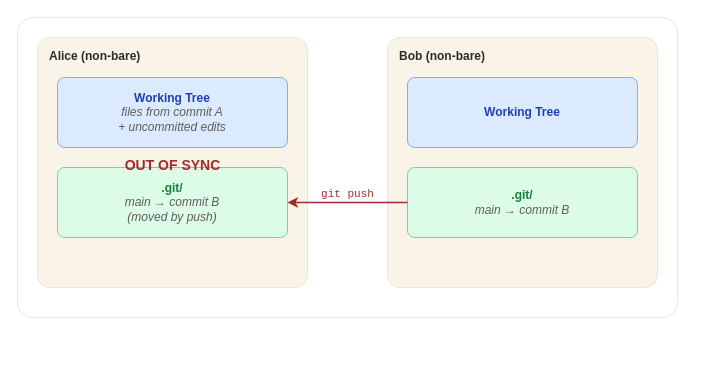
Before: assets/drawio/git-bare-before.drawio in braboj/tutorial-git, a draw.io diagram. Source tidied: cells renumbered, new cells numbered last; positions are measured from the earlier drawing's top-left corner, leaving out a move shared by most shapes. Both pictures are drawn from the tidied source at 100%, with x=0, y=0 at pixel (17, 17).
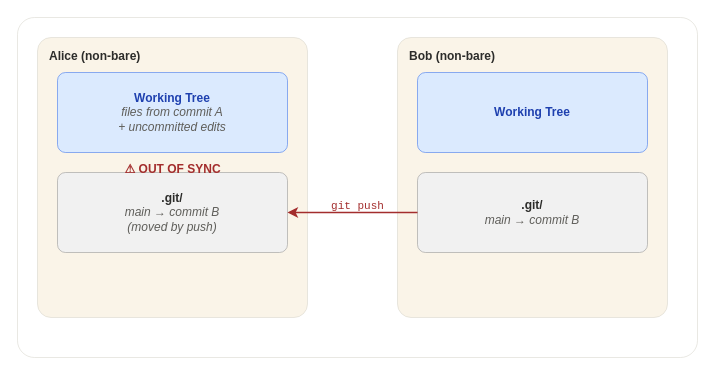
The same page after the edit.

Commit message (it also covers changes not shown here):
docs: rebuild before/after draw.io diagrams

Consistent gray for .git/ boxes across both diagrams. Before diagram
uses red arrow and desync label. After diagram uses neutral arrows
with push/pull labels and "(when ready)" for Alice's pull.

Diff of the diagram source:
```diff
@@
 <mxGraphModel>
   <root>
     <mxCell id="0" />
     <mxCell id="1" parent="0" />
     <mxCell id="2" style="rounded=1;whiteSpace=wrap;html=1;fillColor=#FFFFFF;strokeColor=#D3D1C7;strokeWidth=0.5;shadow=0;arcSize=5;" parent="1" vertex="1">
-      <mxGeometry width="660" height="300" as="geometry" />
+      <mxGeometry width="680" height="340" as="geometry" />
     </mxCell>
     <mxCell id="3" style="rounded=1;whiteSpace=wrap;html=1;fillColor=#FAF4E8;strokeColor=#D3D1C7;strokeWidth=0.5;shadow=0;arcSize=5;" parent="1" vertex="1">
-      <mxGeometry x="20" y="20" width="270" height="250" as="geometry" />
+      <mxGeometry x="20" y="20" width="270" height="280" as="geometry" />
     </mxCell>
     <mxCell id="4" value="Alice (non-bare)" style="text;html=1;strokeColor=none;fillColor=none;align=left;verticalAlign=top;fontSize=12;fontStyle=1;fontColor=#2C2C2A;fontFamily=Helvetica;" parent="1" vertex="1">
       <mxGeometry x="30" y="25" width="150" height="20" as="geometry" />
     </mxCell>
     <mxCell id="5" value="Working Tree&lt;br&gt;&lt;i style=&quot;font-weight:normal;color:#5F5E5A&quot;&gt;files from commit A&lt;br&gt;+ uncommitted edits&lt;/i&gt;" style="rounded=1;whiteSpace=wrap;html=1;fillColor=#DBEAFE;strokeColor=#2563EB;strokeWidth=0.5;shadow=0;fontSize=12;fontStyle=1;fontColor=#1E40AF;fontFamily=Helvetica;verticalAlign=middle;align=center;arcSize=10;" parent="1" vertex="1">
-      <mxGeometry x="40" y="60" width="230" height="70" as="geometry" />
+      <mxGeometry x="40" y="55" width="230" height="80" as="geometry" />
     </mxCell>
-    <mxCell id="6" value=".git/&lt;br&gt;&lt;i style=&quot;font-weight:normal;color:#5F5E5A&quot;&gt;main → commit B&lt;br&gt;(moved by push)&lt;/i&gt;" style="rounded=1;whiteSpace=wrap;html=1;fillColor=#DCFCE7;strokeColor=#16A34A;strokeWidth=0.5;shadow=0;fontSize=12;fontStyle=1;fontColor=#15803D;fontFamily=Helvetica;verticalAlign=middle;align=center;arcSize=10;" parent="1" vertex="1">
-      <mxGeometry x="40" y="150" width="230" height="70" as="geometry" />
+    <mxCell id="6" value=".git/&lt;br&gt;&lt;i style=&quot;font-weight:normal;color:#5F5E5A&quot;&gt;main → commit B&lt;br&gt;(moved by push)&lt;/i&gt;" style="rounded=1;whiteSpace=wrap;html=1;fillColor=#F1F1F1;strokeColor=#888888;strokeWidth=0.5;shadow=0;fontSize=12;fontStyle=1;fontColor=#2C2C2A;fontFamily=Helvetica;verticalAlign=middle;align=center;arcSize=10;" parent="1" vertex="1">
+      <mxGeometry x="40" y="155" width="230" height="80" as="geometry" />
     </mxCell>
+    <mxCell id="14" value="⚠ OUT OF SYNC" style="text;html=1;strokeColor=none;fillColor=none;align=center;verticalAlign=middle;fontSize=12;fontStyle=1;fontColor=#A32D2D;fontFamily=Helvetica;" parent="1" vertex="1">
+      <mxGeometry x="85" y="142" width="140" height="20" as="geometry" />
+    </mxCell>
     <mxCell id="7" style="rounded=1;whiteSpace=wrap;html=1;fillColor=#FAF4E8;strokeColor=#D3D1C7;strokeWidth=0.5;shadow=0;arcSize=5;" parent="1" vertex="1">
-      <mxGeometry x="370" y="20" width="270" height="250" as="geometry" />
+      <mxGeometry x="380" y="20" width="270" height="280" as="geometry" />
     </mxCell>
     <mxCell id="8" value="Bob (non-bare)" style="text;html=1;strokeColor=none;fillColor=none;align=left;verticalAlign=top;fontSize=12;fontStyle=1;fontColor=#2C2C2A;fontFamily=Helvetica;" parent="1" vertex="1">
-      <mxGeometry x="380" y="25" width="150" height="20" as="geometry" />
+      <mxGeometry x="390" y="25" width="150" height="20" as="geometry" />
     </mxCell>
     <mxCell id="9" value="Working Tree" style="rounded=1;whiteSpace=wrap;html=1;fillColor=#DBEAFE;strokeColor=#2563EB;strokeWidth=0.5;shadow=0;fontSize=12;fontStyle=1;fontColor=#1E40AF;fontFamily=Helvetica;verticalAlign=middle;align=center;arcSize=10;" parent="1" vertex="1">
-      <mxGeometry x="390" y="60" width="230" height="70" as="geometry" />
+      <mxGeometry x="400" y="55" width="230" height="80" as="geometry" />
     </mxCell>
-    <mxCell id="10" value=".git/&lt;br&gt;&lt;i style=&quot;font-weight:normal;color:#5F5E5A&quot;&gt;main → commit B&lt;/i&gt;" style="rounded=1;whiteSpace=wrap;html=1;fillColor=#DCFCE7;strokeColor=#16A34A;strokeWidth=0.5;shadow=0;fontSize=12;fontStyle=1;fontColor=#15803D;fontFamily=Helvetica;verticalAlign=middle;align=center;arcSize=10;" parent="1" vertex="1">
-      <mxGeometry x="390" y="150" width="230" height="70" as="geometry" />
+    <mxCell id="10" value=".git/&lt;br&gt;&lt;i style=&quot;font-weight:normal;color:#5F5E5A&quot;&gt;main → commit B&lt;/i&gt;" style="rounded=1;whiteSpace=wrap;html=1;fillColor=#F1F1F1;strokeColor=#888888;strokeWidth=0.5;shadow=0;fontSize=12;fontStyle=1;fontColor=#2C2C2A;fontFamily=Helvetica;verticalAlign=middle;align=center;arcSize=10;" parent="1" vertex="1">
+      <mxGeometry x="400" y="155" width="230" height="80" as="geometry" />
     </mxCell>
-    <mxCell id="11" style="endArrow=classic;html=1;strokeColor=#A32D2D;strokeWidth=1.5;endFill=1;endSize=6;entryX=1;entryY=0.5;entryDx=0;entryDy=0;exitX=0;exitY=0.5;exitDx=0;exitDy=0;" parent="1" vertex="1" edge="1" source="10" target="6">
+    <mxCell id="11" style="endArrow=classic;html=1;strokeColor=#A32D2D;strokeWidth=1.5;endFill=1;endSize=6;exitX=0;exitY=0.5;exitDx=0;exitDy=0;entryX=1;entryY=0.5;entryDx=0;entryDy=0;" parent="1" vertex="1" edge="1" source="10" target="6">
       <mxGeometry relative="1" as="geometry" />
     </mxCell>
     <mxCell id="12" value="git push" style="text;html=1;strokeColor=none;fillColor=none;align=center;verticalAlign=bottom;fontSize=11;fontStyle=0;fontColor=#A32D2D;fontFamily=Courier New;" parent="1" vertex="1">
-      <mxGeometry x="295" y="168" width="70" height="18" as="geometry" />
+      <mxGeometry x="305" y="180" width="70" height="18" as="geometry" />
     </mxCell>
-    <mxCell id="13" value="OUT OF SYNC" style="text;html=1;strokeColor=none;fillColor=none;align=center;verticalAlign=middle;fontSize=14;fontStyle=1;fontColor=#A32D2D;fontFamily=Helvetica;" parent="1" vertex="1">
-      <mxGeometry x="95" y="138" width="120" height="20" as="geometry" />
-    </mxCell>
   </root>
 </mxGraphModel>
```
